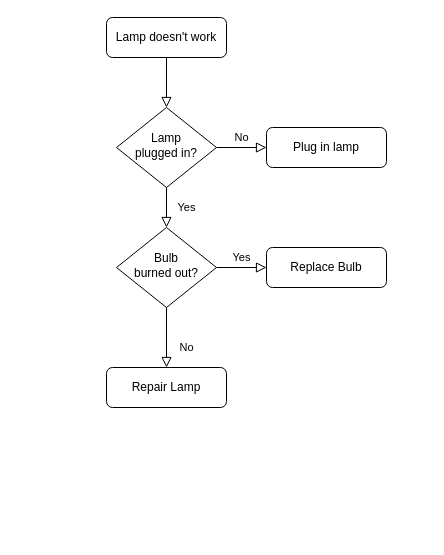
This is 未命名绘图.drawio from JanDavi/ostep-code, a draw.io file, before an edit. Source tidied: cells renumbered, new cells numbered last; positions are measured from the earlier drawing's top-left corner, leaving out a move shared by most shapes. Both pictures are drawn from the tidied source at 100%, with x=0, y=0 at pixel (106, 17).
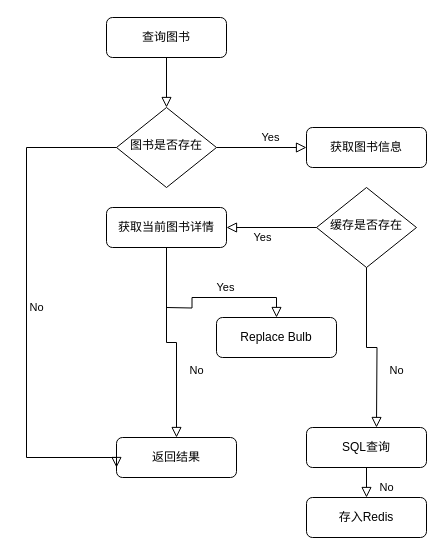
Above is the later version.

Commit message (it also covers changes not shown here):
更新未命名绘图.drawio

Diff of the diagram source:
```diff
@@
-    <mxCell id="3" value="Lamp doesn't work" style="rounded=1;whiteSpace=wrap;html=1;fontSize=12;glass=0;strokeWidth=1;shadow=0;" parent="1" vertex="1">
+    <mxCell id="3" value="查询图书" style="rounded=1;whiteSpace=wrap;html=1;fontSize=12;glass=0;strokeWidth=1;shadow=0;" parent="1" vertex="1">
       <mxGeometry width="120" height="40" as="geometry" />
     </mxCell>
-    <mxCell id="4" value="Yes" style="rounded=0;html=1;jettySize=auto;fontSize=11;endArrow=block;endFill=0;endSize=8;strokeWidth=1;shadow=0;labelBackgroundColor=none;edgeStyle=orthogonalEdgeStyle;" parent="1" edge="1" source="6" target="10">
-      <mxGeometry y="20" relative="1" as="geometry" />
-    </mxCell>
-    <mxCell id="5" value="No" style="edgeStyle=orthogonalEdgeStyle;rounded=0;html=1;jettySize=auto;fontSize=11;endArrow=block;endFill=0;endSize=8;strokeWidth=1;shadow=0;labelBackgroundColor=none;" parent="1" edge="1" source="6" target="7">
-      <mxGeometry y="10" relative="1" as="geometry" />
+    <mxCell id="5" value="Yes" style="edgeStyle=orthogonalEdgeStyle;rounded=0;html=1;jettySize=auto;fontSize=11;endArrow=block;endFill=0;endSize=8;strokeWidth=1;shadow=0;labelBackgroundColor=none;" parent="1" edge="1" source="6" target="7">
+      <mxGeometry x="0.2" y="10" relative="1" as="geometry" />
     </mxCell>
-    <mxCell id="6" value="Lamp&lt;br&gt;plugged in?" style="rhombus;whiteSpace=wrap;html=1;shadow=0;fontFamily=Helvetica;fontSize=12;align=center;strokeWidth=1;spacing=6;spacingTop=-4;" parent="1" vertex="1">
+    <mxCell id="6" value="图书是否存在" style="rhombus;whiteSpace=wrap;html=1;shadow=0;fontFamily=Helvetica;fontSize=12;align=center;strokeWidth=1;spacing=6;spacingTop=-4;" parent="1" vertex="1">
       <mxGeometry x="10" y="90" width="100" height="80" as="geometry" />
     </mxCell>
-    <mxCell id="7" value="Plug in lamp" style="rounded=1;whiteSpace=wrap;html=1;fontSize=12;glass=0;strokeWidth=1;shadow=0;" parent="1" vertex="1">
-      <mxGeometry x="160" y="110" width="120" height="40" as="geometry" />
+    <mxCell id="7" value="获取图书信息" style="rounded=1;whiteSpace=wrap;html=1;fontSize=12;glass=0;strokeWidth=1;shadow=0;" parent="1" vertex="1">
+      <mxGeometry x="200" y="110" width="120" height="40" as="geometry" />
     </mxCell>
-    <mxCell id="8" value="No" style="rounded=0;html=1;jettySize=auto;fontSize=11;endArrow=block;endFill=0;endSize=8;strokeWidth=1;shadow=0;labelBackgroundColor=none;edgeStyle=orthogonalEdgeStyle;" parent="1" edge="1" source="10" target="11">
+    <mxCell id="8" value="No" style="rounded=0;html=1;jettySize=auto;fontSize=11;endArrow=block;endFill=0;endSize=8;strokeWidth=1;shadow=0;labelBackgroundColor=none;edgeStyle=orthogonalEdgeStyle;exitX=0.5;exitY=1;exitDx=0;exitDy=0;" parent="1" edge="1" source="15" target="11">
       <mxGeometry x="0.33" y="20" relative="1" as="geometry" />
     </mxCell>
-    <mxCell id="9" value="Yes" style="edgeStyle=orthogonalEdgeStyle;rounded=0;html=1;jettySize=auto;fontSize=11;endArrow=block;endFill=0;endSize=8;strokeWidth=1;shadow=0;labelBackgroundColor=none;" parent="1" edge="1" source="10" target="12">
-      <mxGeometry y="10" relative="1" as="geometry" />
+    <mxCell id="9" value="Yes" style="edgeStyle=orthogonalEdgeStyle;rounded=0;html=1;jettySize=auto;fontSize=11;endArrow=block;endFill=0;endSize=8;strokeWidth=1;shadow=0;labelBackgroundColor=none;" parent="1" edge="1" target="12">
+      <mxGeometry y="10" relative="1" as="geometry">
+        <mxPoint x="60" y="290" as="sourcePoint" />
+      </mxGeometry>
     </mxCell>
-    <mxCell id="10" value="Bulb&lt;br&gt;burned out?" style="rhombus;whiteSpace=wrap;html=1;shadow=0;fontFamily=Helvetica;fontSize=12;align=center;strokeWidth=1;spacing=6;spacingTop=-4;" parent="1" vertex="1">
-      <mxGeometry x="10" y="210" width="100" height="80" as="geometry" />
-    </mxCell>
-    <mxCell id="11" value="Repair Lamp" style="rounded=1;whiteSpace=wrap;html=1;fontSize=12;glass=0;strokeWidth=1;shadow=0;" parent="1" vertex="1">
-      <mxGeometry y="350" width="120" height="40" as="geometry" />
+    <mxCell id="11" value="返回结果" style="rounded=1;whiteSpace=wrap;html=1;fontSize=12;glass=0;strokeWidth=1;shadow=0;" parent="1" vertex="1">
+      <mxGeometry x="10" y="420" width="120" height="40" as="geometry" />
     </mxCell>
     <mxCell id="12" value="Replace Bulb" style="rounded=1;whiteSpace=wrap;html=1;fontSize=12;glass=0;strokeWidth=1;shadow=0;" parent="1" vertex="1">
-      <mxGeometry x="160" y="230" width="120" height="40" as="geometry" />
+      <mxGeometry x="110" y="300" width="120" height="40" as="geometry" />
     </mxCell>
+    <mxCell id="13" value="No" style="edgeStyle=orthogonalEdgeStyle;rounded=0;html=1;jettySize=auto;fontSize=11;endArrow=block;endFill=0;endSize=8;strokeWidth=1;shadow=0;labelBackgroundColor=none;entryX=0;entryY=0.75;entryDx=0;entryDy=0;exitX=0;exitY=0.5;exitDx=0;exitDy=0;" parent="1" edge="1" source="6" target="11">
+      <mxGeometry y="10" relative="1" as="geometry">
+        <Array as="points">
+          <mxPoint x="-80" y="130" />
+          <mxPoint x="-80" y="440" />
+        </Array>
+      </mxGeometry>
+    </mxCell>
+    <mxCell id="14" value="缓存是否存在" style="rhombus;whiteSpace=wrap;html=1;shadow=0;fontFamily=Helvetica;fontSize=12;align=center;strokeWidth=1;spacing=6;spacingTop=-4;" parent="1" vertex="1">
+      <mxGeometry x="210" y="170" width="100" height="80" as="geometry" />
+    </mxCell>
+    <mxCell id="4" value="Yes" style="edgeStyle=orthogonalEdgeStyle;rounded=0;html=1;jettySize=auto;fontSize=11;endArrow=block;endFill=0;endSize=8;strokeWidth=1;shadow=0;labelBackgroundColor=none;exitX=0;exitY=0.5;exitDx=0;exitDy=0;entryX=1;entryY=0.5;entryDx=0;entryDy=0;" parent="1" edge="1" source="14" target="15">
+      <mxGeometry x="0.2" y="10" relative="1" as="geometry" />
+    </mxCell>
+    <mxCell id="15" value="获取当前图书详情" style="rounded=1;whiteSpace=wrap;html=1;fontSize=12;glass=0;strokeWidth=1;shadow=0;" parent="1" vertex="1">
+      <mxGeometry y="190" width="120" height="40" as="geometry" />
+    </mxCell>
+    <mxCell id="16" value="No" style="rounded=0;html=1;jettySize=auto;fontSize=11;endArrow=block;endFill=0;endSize=8;strokeWidth=1;shadow=0;labelBackgroundColor=none;edgeStyle=orthogonalEdgeStyle;exitX=0.5;exitY=1;exitDx=0;exitDy=0;" parent="1" edge="1" source="14">
+      <mxGeometry x="0.33" y="20" relative="1" as="geometry">
+        <mxPoint x="270" y="410" as="targetPoint" />
+      </mxGeometry>
+    </mxCell>
+    <mxCell id="17" value="SQL查询" style="rounded=1;whiteSpace=wrap;html=1;fontSize=12;glass=0;strokeWidth=1;shadow=0;" parent="1" vertex="1">
+      <mxGeometry x="200" y="410" width="120" height="40" as="geometry" />
+    </mxCell>
+    <mxCell id="18" value="存入Redis" style="rounded=1;whiteSpace=wrap;html=1;fontSize=12;glass=0;strokeWidth=1;shadow=0;" parent="1" vertex="1">
+      <mxGeometry x="200" y="480" width="120" height="40" as="geometry" />
+    </mxCell>
+    <mxCell id="19" value="No" style="rounded=0;html=1;jettySize=auto;fontSize=11;endArrow=block;endFill=0;endSize=8;strokeWidth=1;shadow=0;labelBackgroundColor=none;edgeStyle=orthogonalEdgeStyle;exitX=0.5;exitY=1;exitDx=0;exitDy=0;" parent="1" edge="1" source="17">
+      <mxGeometry x="0.33" y="20" relative="1" as="geometry">
+        <mxPoint x="260" y="480" as="targetPoint" />
+      </mxGeometry>
+    </mxCell>
```
